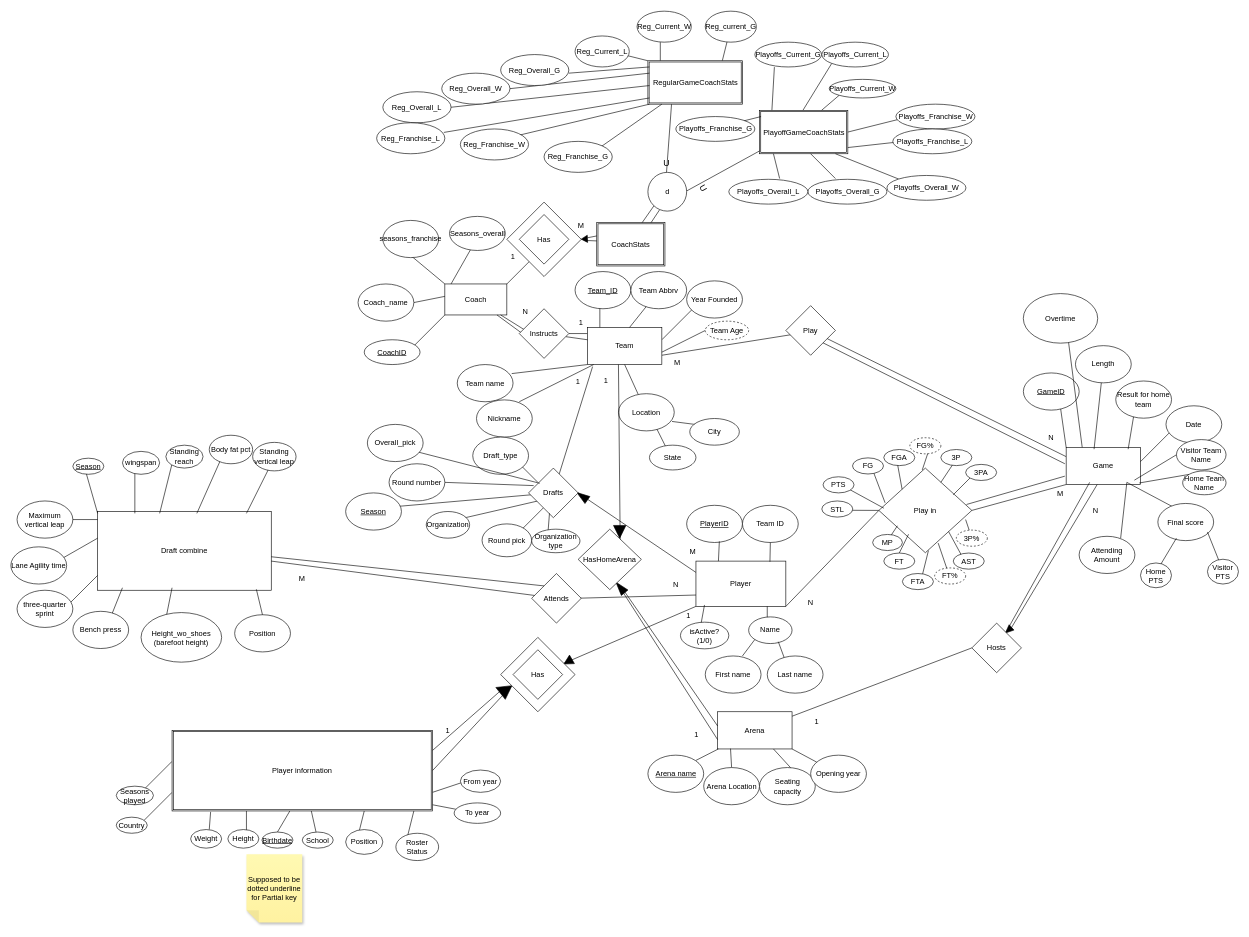
Before: Stage_3/Stage 3 EER model.drawio in Dylanex1/NBA-2025-Project-, a draw.io diagram. Source tidied: cells renumbered, new cells numbered last; positions are measured from the earlier drawing's top-left corner, leaving out a move shared by most shapes. Both pictures are drawn from the tidied source at 62%, with x=0, y=0 at pixel (11, 11).
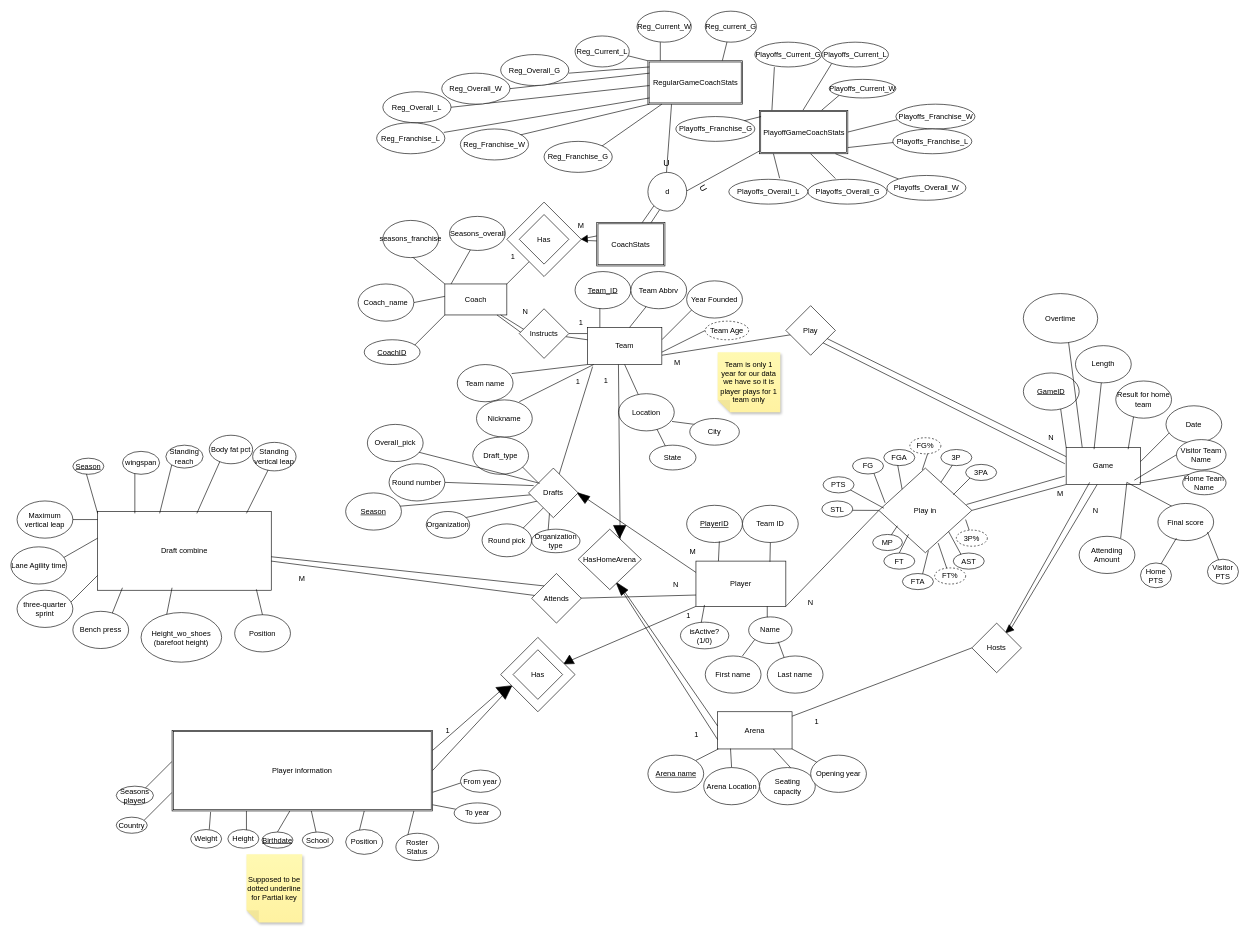
The same diagram, later.

Commit message (it also covers changes not shown here):
Final Stage 3 Submission

Change to the diagram source:
```diff
@@
     <mxCell id="236" style="endArrow=none;html=1;rounded=0;" parent="1" edge="1">
       <mxGeometry relative="1" as="geometry">
-        <mxPoint x="1240" y="270.5" as="sourcePoint" />
+        <mxPoint x="1240" y="270" as="sourcePoint" />
         <mxPoint x="1230" y="230.5" as="targetPoint" />
       </mxGeometry>
     </mxCell>
@@
+    <mxCell id="271" value="Team is only 1 year for our data we have so it is player plays for 1 team only" style="shape=note;whiteSpace=wrap;html=1;backgroundOutline=1;fontColor=#000000;darkOpacity=0.05;fillColor=#FFF9B2;strokeColor=none;fillStyle=solid;direction=west;gradientDirection=north;gradientColor=#FFF2A1;shadow=1;size=20;" parent="1" vertex="1">
+      <mxGeometry x="1140" y="550.5" width="101" height="97" as="geometry" />
+    </mxCell>
```
